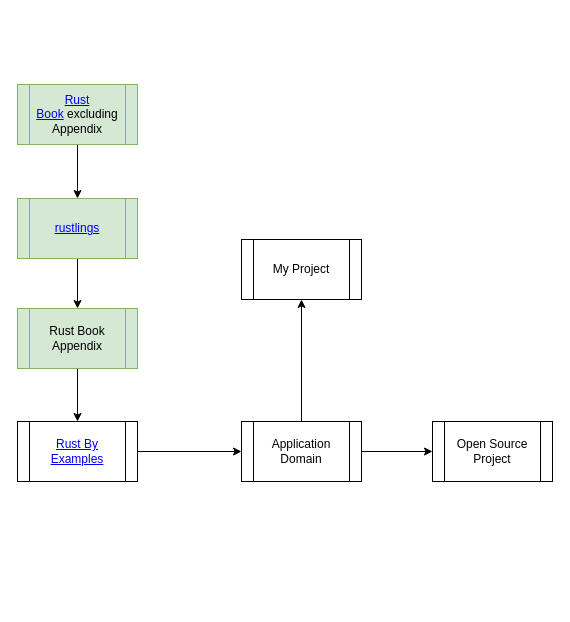
gftea/rust_lang_notes keeps this draw.io diagram as learning_roadmap.drawio. Above is the earlier version. Source tidied: cells renumbered, new cells numbered last; positions are measured from the earlier drawing's top-left corner, leaving out a move shared by most shapes. Both pictures are drawn from the tidied source at 100%, with x=0, y=0 at pixel (17, 84).
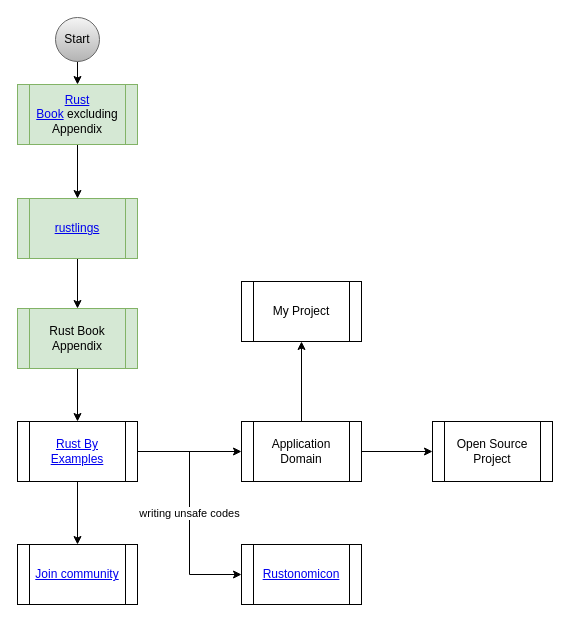
The same page after the edit.

Unchanged cells that the change refers to:
```xml
<mxCell id="3" value="&lt;a href=&quot;https://doc.rust-lang.org/book/&quot;&gt;Rust Book&lt;/a&gt;&amp;nbsp;excluding Appendix" style="shape=process;whiteSpace=wrap;html=1;backgroundOutline=1;fillColor=#d5e8d4;strokeColor=#82b366;" parent="1" vertex="1">
  <mxGeometry width="120" height="60" as="geometry" />
</mxCell>
<mxCell id="9" value="&lt;a href=&quot;https://doc.rust-lang.org/stable/rust-by-example/&quot;&gt;Rust By Examples&lt;/a&gt;" style="shape=process;whiteSpace=wrap;html=1;backgroundOutline=1;" parent="1" vertex="1">
  <mxGeometry y="337" width="120" height="60" as="geometry" />
</mxCell>
```

Change to the diagram source:
```diff
@@
+    <mxCell id="15" style="edgeStyle=orthogonalEdgeStyle;rounded=0;jettySize=auto;html=1;" parent="1" edge="1" source="9" target="17">
+      <mxGeometry relative="1" as="geometry" />
+    </mxCell>
@@
     <mxCell id="13" value="My Project" style="shape=process;whiteSpace=wrap;html=1;backgroundOutline=1;" parent="1" vertex="1">
-      <mxGeometry x="224" y="155" width="120" height="60" as="geometry" />
+      <mxGeometry x="224" y="197" width="120" height="60" as="geometry" />
     </mxCell>
@@
+    <mxCell id="16" value="writing unsafe codes" style="edgeStyle=orthogonalEdgeStyle;rounded=0;jettySize=auto;html=1;exitX=1;exitY=0.5;exitDx=0;exitDy=0;entryX=0;entryY=0.5;entryDx=0;entryDy=0;" parent="1" edge="1" source="9" target="18">
+      <mxGeometry relative="1" as="geometry" />
+    </mxCell>
+    <mxCell id="17" value="&lt;a href=&quot;https://www.rust-lang.org/community&quot;&gt;Join community&lt;/a&gt;" style="shape=process;whiteSpace=wrap;html=1;backgroundOutline=1;" parent="1" vertex="1">
+      <mxGeometry y="460" width="120" height="60" as="geometry" />
+    </mxCell>
+    <mxCell id="18" value="&lt;a href=&quot;https://doc.rust-lang.org/nomicon/&quot;&gt;Rustonomicon&lt;/a&gt;" style="shape=process;whiteSpace=wrap;html=1;backgroundOutline=1;" parent="1" vertex="1">
+      <mxGeometry x="224" y="460" width="120" height="60" as="geometry" />
+    </mxCell>
+    <mxCell id="19" style="edgeStyle=orthogonalEdgeStyle;rounded=0;jettySize=auto;html=1;" parent="1" edge="1" source="20" target="3">
+      <mxGeometry relative="1" as="geometry" />
+    </mxCell>
+    <mxCell id="20" value="Start" style="ellipse;whiteSpace=wrap;html=1;fillColor=#f5f5f5;gradientColor=#b3b3b3;strokeColor=#666666;" parent="1" vertex="1">
+      <mxGeometry x="38" y="-67" width="44" height="44" as="geometry" />
+    </mxCell>
```
